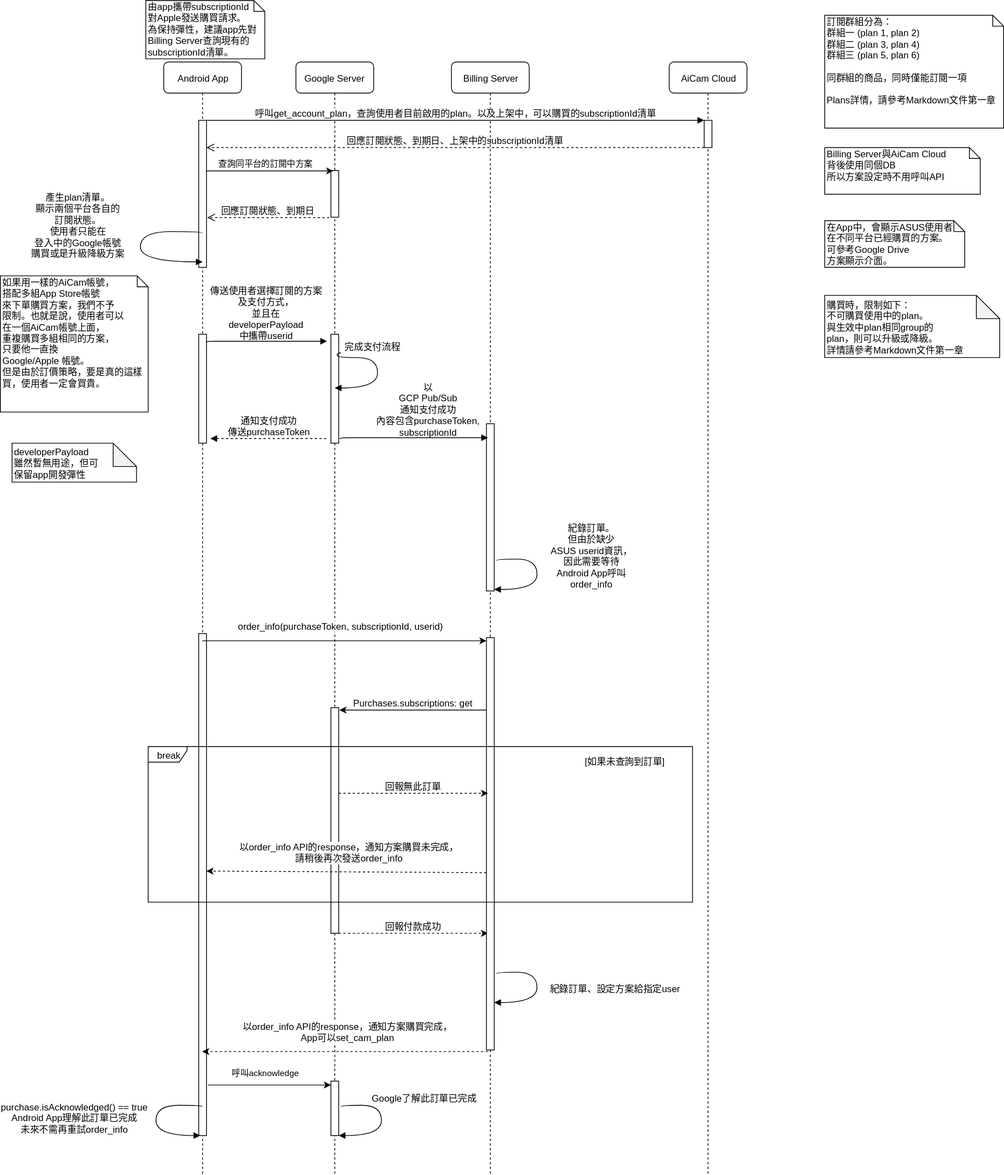
This is aicam_cloud_in_app_purchases-purchase (Android).svg from buddisattva/aicam.github.io, a draw.io export, as it was before one commit. Source tidied: cells renumbered, new cells last; positions are measured from the earlier drawing's top-left corner, leaving out a move shared by most shapes.
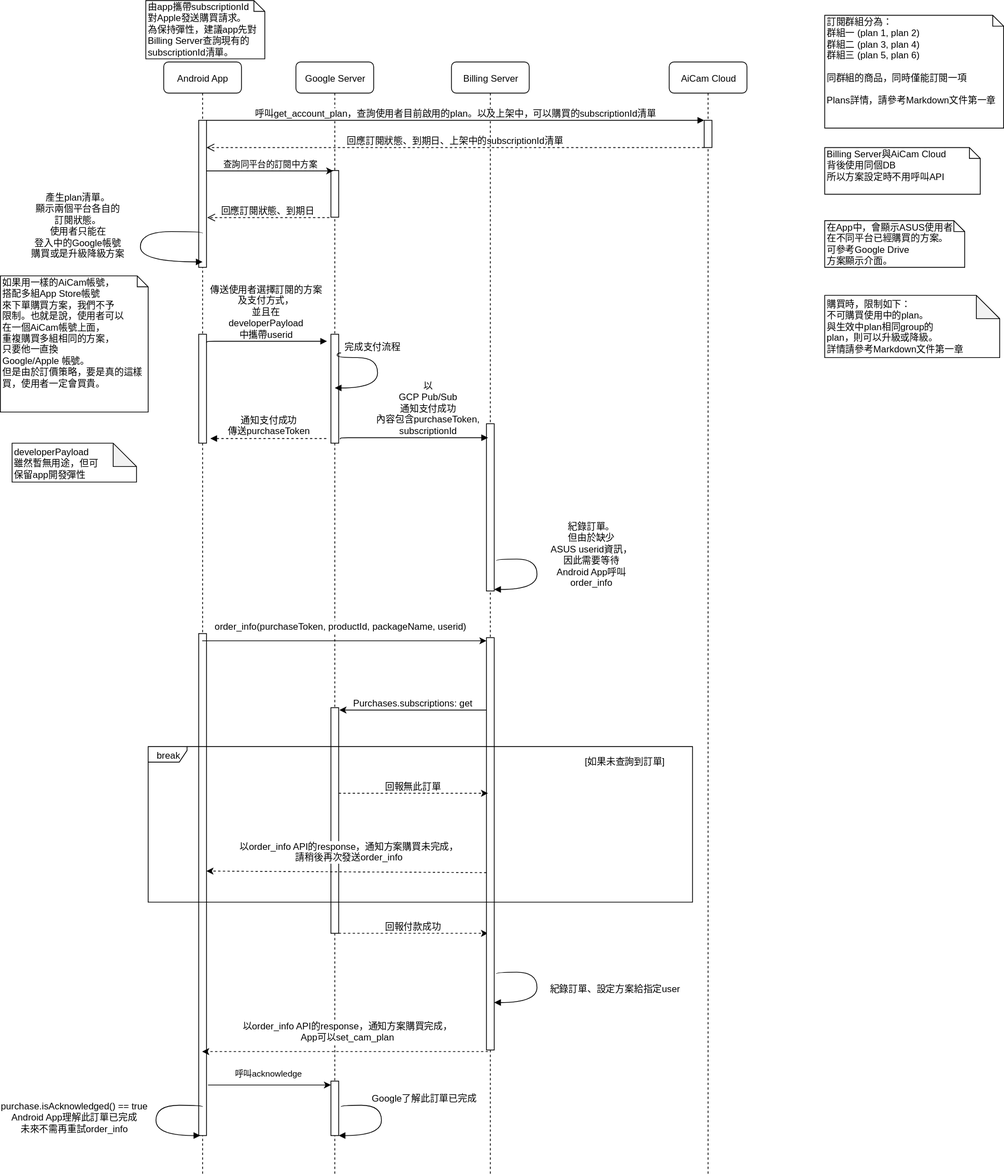
Later version of the same file.

Commit message:
Update order_info API and sequence diagrams of purchasing.

Diff of the diagram source:
```diff
@@ -109,7 +109,7 @@
         </Array>
       </mxGeometry>
     </mxCell>
-    <mxCell id="22" value="&lt;font style=&quot;font-size: 12px&quot;&gt;&lt;font style=&quot;font-size: 12px&quot;&gt;order_info(&lt;font style=&quot;font-size: 12px&quot;&gt;purchaseToken,&amp;nbsp;&lt;/font&gt;&lt;/font&gt;&lt;span&gt;subscriptionId, userid&lt;/span&gt;&lt;font style=&quot;font-size: 12px&quot;&gt;)&lt;/font&gt;&lt;/font&gt;" style="endArrow=classic;html=1;labelBackgroundColor=#ffffff;fontFamily=Helvetica;fontSize=12;labelPosition=center;verticalLabelPosition=top;align=center;verticalAlign=bottom;" parent="1" edge="1" source="9">
+    <mxCell id="22" value="&lt;font style=&quot;font-size: 12px&quot; face=&quot;Helvetica&quot;&gt;&lt;font style=&quot;font-size: 12px&quot;&gt;order_info(&lt;font style=&quot;font-size: 12px&quot;&gt;purchaseToken, &lt;/font&gt;&lt;/font&gt;&lt;/font&gt;&lt;font style=&quot;font-size: 12px&quot; face=&quot;Helvetica&quot;&gt;&lt;font style=&quot;font-size: 12px&quot;&gt;&lt;font style=&quot;font-size: 12px&quot;&gt;productId&lt;/font&gt;&lt;/font&gt;&lt;span&gt;,&lt;/span&gt;&lt;/font&gt;&lt;font face=&quot;Helvetica&quot;&gt;&lt;font face=&quot;Helvetica&quot;&gt;&lt;code class=&quot;json hljs&quot;&gt;&lt;span class=&quot;token property&quot;&gt;&lt;font face=&quot;Helvetica&quot;&gt; packageName&lt;/font&gt;&lt;/span&gt;&lt;/code&gt;&lt;font style=&quot;font-size: 12px&quot;&gt;&lt;span&gt;&lt;/span&gt;&lt;/font&gt;&lt;/font&gt;&lt;font style=&quot;font-size: 12px&quot;&gt;&lt;span&gt;, userid&lt;/span&gt;&lt;font style=&quot;font-size: 12px&quot;&gt;)&lt;/font&gt;&lt;/font&gt;&lt;/font&gt;" style="endArrow=classic;html=1;labelBackgroundColor=#ffffff;fontFamily=Helvetica;fontSize=12;labelPosition=center;verticalLabelPosition=top;align=center;verticalAlign=bottom;" parent="1" edge="1" source="9">
       <mxGeometry x="-0.03" y="10" relative="1" as="geometry">
         <mxPoint x="625" y="823" as="targetPoint" />
       </mxGeometry>
```
